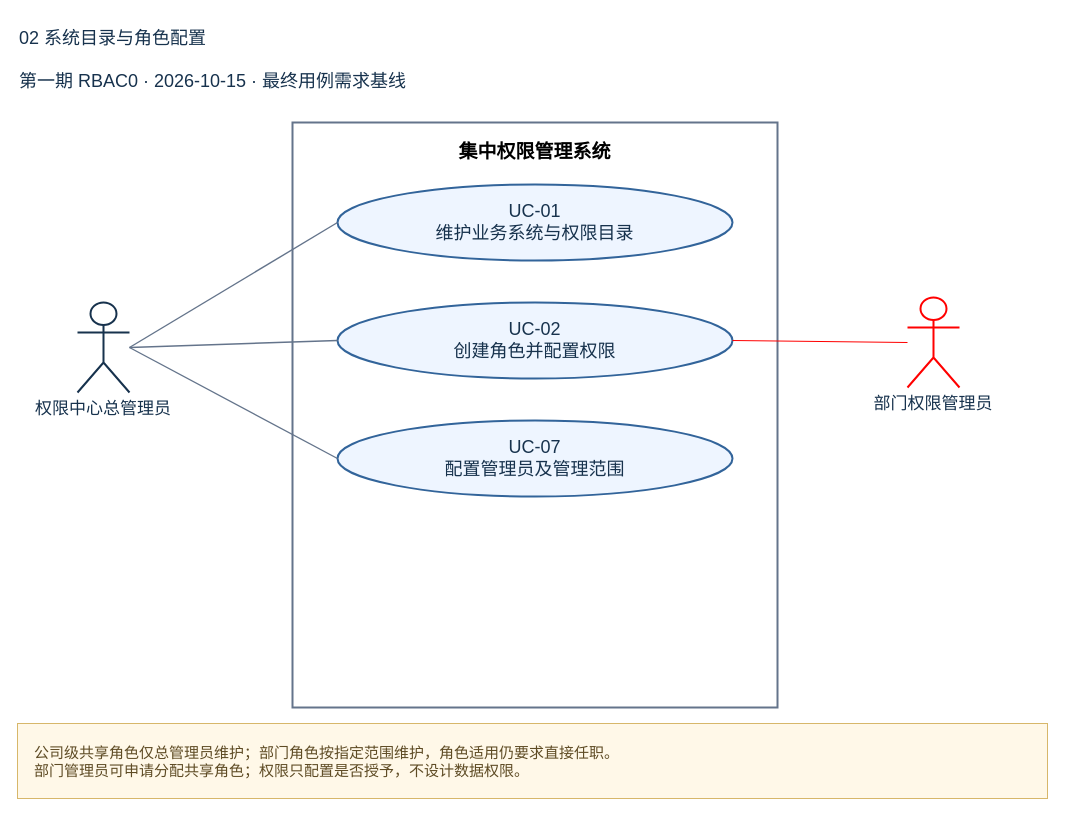
Before: page "02 系统目录与角色配置" (2 of 2) of docs/01-requirements/按用例分类/UC-01_维护业务系统与权限目录/相关用例图.drawio in Noah-hope/RBAC-admin, a draw.io diagram. Source tidied: cells renumbered, new cells numbered last; positions are measured from the earlier drawing's top-left corner, leaving out a move shared by most shapes. Both pictures are drawn from the tidied source at 100%, with x=0, y=0 at pixel (17, 17).
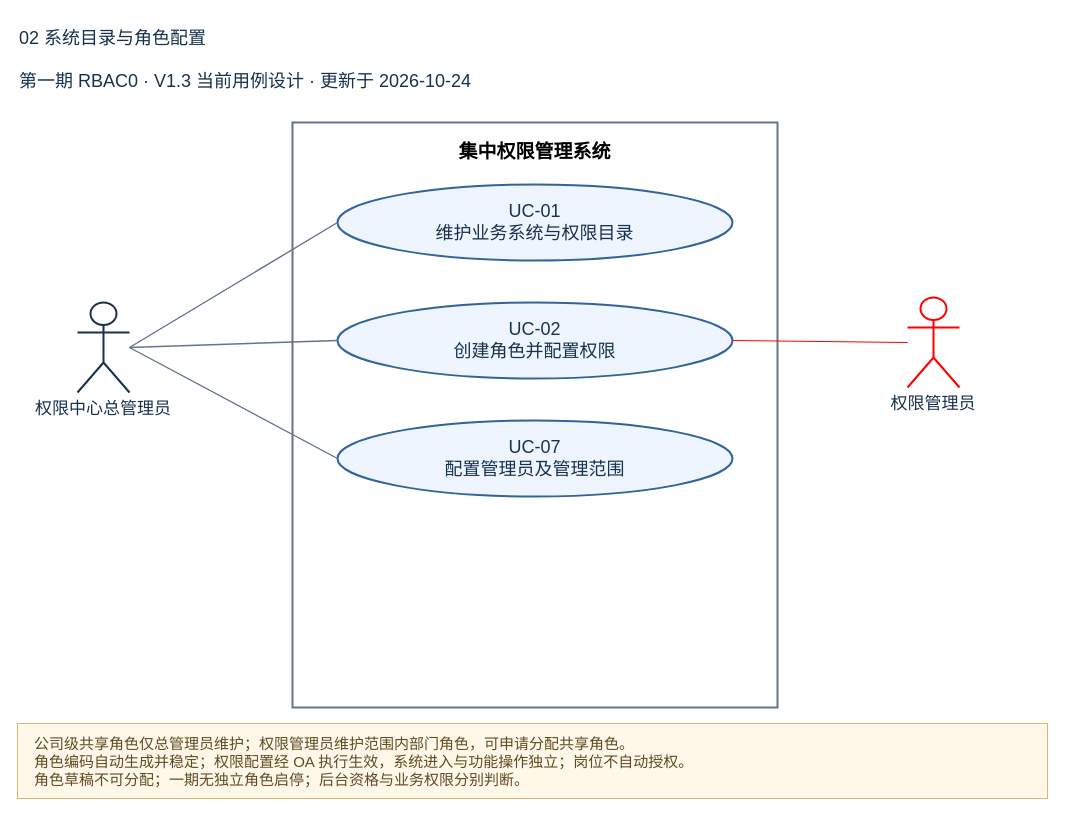
Above is the later version.

The edit, as a diff of the source:
```diff
@@
 <mxGraphModel>
   <root>
     <mxCell id="0" />
     <mxCell id="1" parent="0" />
     <mxCell id="2" value="02 系统目录与角色配置" style="text;html=0;align=left;verticalAlign=middle;whiteSpace=wrap;strokeColor=none;fillColor=none;fontSize=18;fontColor=#17324d;" parent="1" vertex="1">
       <mxGeometry width="1030" height="42" as="geometry" />
     </mxCell>
-    <mxCell id="3" value="第一期 RBAC0 · 2026-10-15 · 最终用例需求基线" style="text;html=0;align=left;verticalAlign=middle;whiteSpace=wrap;strokeColor=none;fillColor=none;fontSize=18;fontColor=#17324d;" parent="1" vertex="1">
+    <mxCell id="3" value="第一期 RBAC0 · V1.3 当前用例设计 · 更新于 2026-10-24" style="text;html=0;align=left;verticalAlign=middle;whiteSpace=wrap;strokeColor=none;fillColor=none;fontSize=18;fontColor=#17324d;" parent="1" vertex="1">
       <mxGeometry y="47" width="1030" height="34" as="geometry" />
     </mxCell>
     <mxCell id="4" value="集中权限管理系统" style="rounded=0;html=0;whiteSpace=wrap;fillColor=#ffffff;strokeColor=#64748b;strokeWidth=2;verticalAlign=top;align=center;spacingTop=12;fontStyle=1;fontSize=19;" parent="1" vertex="1">
       <mxGeometry x="275" y="105" width="485" height="585" as="geometry" />
     </mxCell>
     <mxCell id="5" value="UC-01&#10;维护业务系统与权限目录" style="ellipse;html=0;whiteSpace=wrap;fillColor=#eef5ff;strokeColor=#32649a;strokeWidth=2;fontSize=18;fontColor=#17324d;" parent="1" vertex="1">
       <mxGeometry x="320" y="167" width="395" height="76" as="geometry" />
     </mxCell>
     <mxCell id="6" value="UC-02&#10;创建角色并配置权限" style="ellipse;html=0;whiteSpace=wrap;fillColor=#eef5ff;strokeColor=#32649a;strokeWidth=2;fontSize=18;fontColor=#17324d;" parent="1" vertex="1">
       <mxGeometry x="320" y="285" width="395" height="76" as="geometry" />
     </mxCell>
     <mxCell id="7" value="UC-07&#10;配置管理员及管理范围" style="ellipse;html=0;whiteSpace=wrap;fillColor=#eef5ff;strokeColor=#32649a;strokeWidth=2;fontSize=18;fontColor=#17324d;" parent="1" vertex="1">
       <mxGeometry x="320" y="403" width="395" height="76" as="geometry" />
     </mxCell>
     <mxCell id="8" value="权限中心总管理员" style="shape=umlActor;html=0;verticalLabelPosition=bottom;verticalAlign=top;align=center;fillColor=#ffffff;strokeColor=#17324d;strokeWidth=2;fontSize=17;fontColor=#17324d;whiteSpace=wrap;labelWidth=190;" parent="1" vertex="1">
       <mxGeometry x="60" y="285" width="52" height="90" as="geometry" />
     </mxCell>
-    <mxCell id="9" value="公司级共享角色仅总管理员维护；部门角色按指定范围维护，角色适用仍要求直接任职。&#10;部门管理员可申请分配共享角色；权限只配置是否授予，不设计数据权限。" style="rounded=0;html=0;whiteSpace=wrap;align=left;spacingLeft=15;fillColor=#fff8e8;strokeColor=#d7b76a;fontColor=#5e4b24;fontSize=15;" parent="1" vertex="1">
+    <mxCell id="9" value="公司级共享角色仅总管理员维护；权限管理员维护范围内部门角色，可申请分配共享角色。&#10;角色编码自动生成并稳定；权限配置经 OA 执行生效，系统进入与功能操作独立；岗位不自动授权。&#10;角色草稿不可分配；一期无独立角色启停；后台资格与业务权限分别判断。" style="rounded=0;html=0;whiteSpace=wrap;align=left;spacingLeft=15;fillColor=#fff8e8;strokeColor=#d7b76a;fontColor=#5e4b24;fontSize=15;" parent="1" vertex="1">
       <mxGeometry y="706" width="1030" height="75" as="geometry" />
     </mxCell>
     <mxCell id="10" style="html=0;endArrow=none;startArrow=none;strokeColor=#64748b;strokeWidth=1.4;edgeStyle=none;noEdgeStyle=1;curved=0;rounded=0;exitX=1;exitY=0.5;entryX=0;entryY=0.5;exitPerimeter=0;entryPerimeter=0;" parent="1" edge="1" source="8" target="5">
       <mxGeometry relative="1" as="geometry" />
     </mxCell>
     <mxCell id="11" style="html=0;endArrow=none;startArrow=none;strokeColor=#64748b;strokeWidth=1.4;edgeStyle=none;noEdgeStyle=1;curved=0;rounded=0;exitX=1;exitY=0.5;entryX=0;entryY=0.5;exitPerimeter=0;entryPerimeter=0;" parent="1" edge="1" source="8" target="6">
       <mxGeometry relative="1" as="geometry" />
     </mxCell>
     <mxCell id="12" style="html=0;endArrow=none;startArrow=none;strokeColor=#64748b;strokeWidth=1.4;edgeStyle=none;noEdgeStyle=1;curved=0;rounded=0;exitX=1;exitY=0.5;entryX=0;entryY=0.5;exitPerimeter=0;entryPerimeter=0;" parent="1" edge="1" source="8" target="7">
       <mxGeometry relative="1" as="geometry" />
     </mxCell>
-    <mxCell id="13" value="部门权限管理员" style="shape=umlActor;html=0;verticalLabelPosition=bottom;verticalAlign=top;align=center;fillColor=#ffffff;strokeColor=#FF0000;strokeWidth=2;fontSize=17;fontColor=#17324d;whiteSpace=wrap;labelWidth=190;" parent="1" vertex="1">
+    <mxCell id="13" value="权限管理员" style="shape=umlActor;html=0;verticalLabelPosition=bottom;verticalAlign=top;align=center;fillColor=#ffffff;strokeColor=#FF0000;strokeWidth=2;fontSize=17;fontColor=#17324d;whiteSpace=wrap;labelWidth=190;" parent="1" vertex="1">
       <mxGeometry x="890" y="280" width="52" height="90" as="geometry" />
     </mxCell>
     <mxCell id="14" style="edgeStyle=none;noEdgeStyle=1;curved=0;rounded=0;endArrow=none;startArrow=none;strokeColor=#FF0000;exitX=0;exitY=0.5;entryX=1;entryY=0.5;exitPerimeter=0;entryPerimeter=0;" parent="1" edge="1" source="13" target="6">
       <mxGeometry relative="1" as="geometry" />
     </mxCell>
   </root>
 </mxGraphModel>
```
